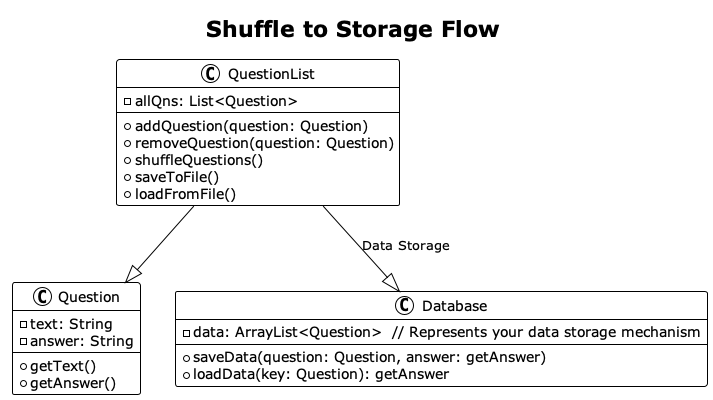
nus-cs2113-AY2324S1/tp keeps this PlantUML diagram as docs/UML/Commands/ShuffleToStorage-Shuffle_to_Storage_Flow.png. Above is the earlier version.
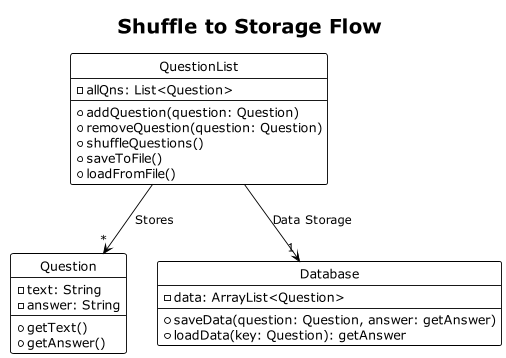
Later version of the same file.

Diff of the diagram source:
```diff
@@ -1,5 +1,6 @@
 @startuml
 !theme plain
+hide circle
 title Shuffle to Storage Flow
 
 class QuestionList {
@@ -18,14 +19,14 @@
   + getAnswer()
 }
 
-QuestionList --|> Question
+QuestionList --> Question : Stores "*"
 
 class Database {
-  - data: ArrayList<Question>  // Represents your data storage mechanism
+  - data: ArrayList<Question>
   + saveData(question: Question, answer: getAnswer)
   + loadData(key: Question): getAnswer
 }
 
-QuestionList --|> Database : Data Storage
+QuestionList --> Database : Data Storage "1"
 
 @enduml
```
